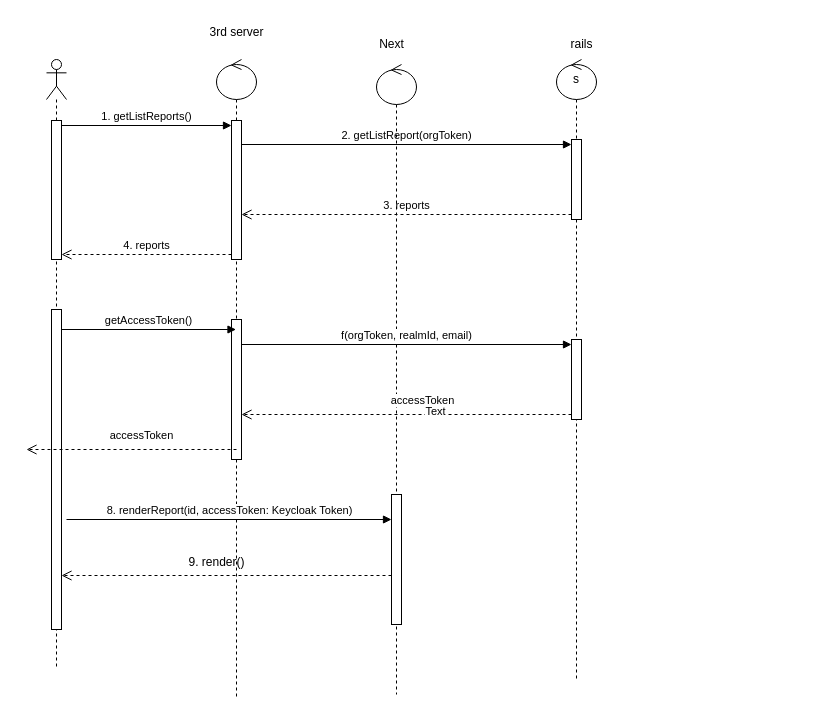
Above: page "Page-5" (5 of 5) of document/document.drawio in khanhprolazay/-NashTech--BookStore (draw.io), before the change. Source tidied: cells renumbered, new cells numbered last; positions are measured from the earlier drawing's top-left corner, leaving out a move shared by most shapes. Both pictures are drawn from the tidied source at 100%, with x=0, y=0 at pixel (26, 17).
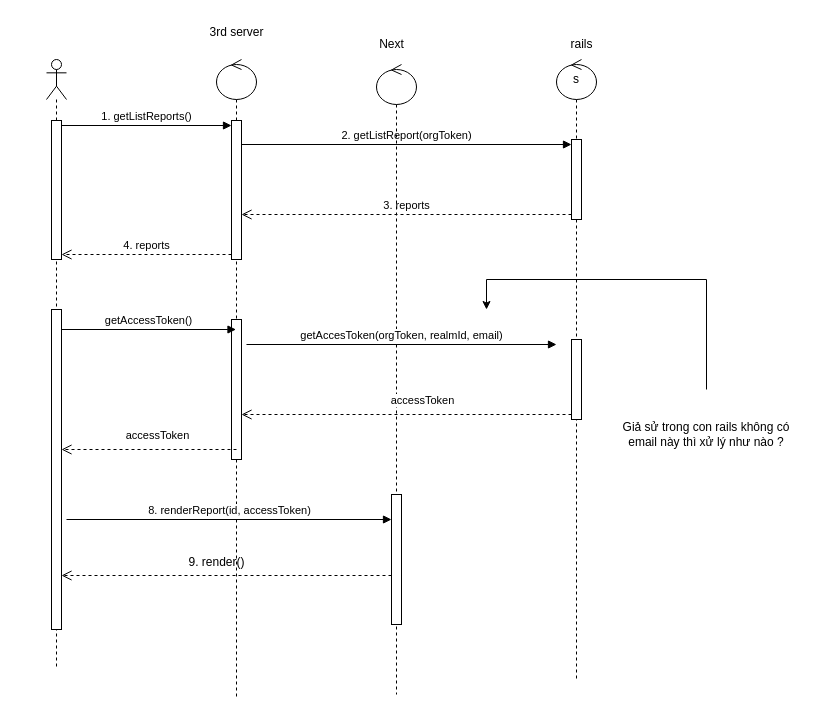
Above is the later version.

The change refers to these unchanged cells:
```xml
<mxCell id="4" style="html=1;points=[[0,0,0,0,5],[0,1,0,0,-5],[1,0,0,0,5],[1,1,0,0,-5]];perimeter=orthogonalPerimeter;outlineConnect=0;targetShapes=umlLifeline;portConstraint=eastwest;newEdgeStyle={&quot;curved&quot;:0,&quot;rounded&quot;:0};" parent="2" vertex="1">
  <mxGeometry x="5" y="250" width="10" height="320" as="geometry" />
</mxCell>
<mxCell id="7" style="html=1;points=[[0,0,0,0,5],[0,1,0,0,-5],[1,0,0,0,5],[1,1,0,0,-5]];perimeter=orthogonalPerimeter;outlineConnect=0;targetShapes=umlLifeline;portConstraint=eastwest;newEdgeStyle={&quot;curved&quot;:0,&quot;rounded&quot;:0};" parent="5" vertex="1">
  <mxGeometry x="15" y="260" width="10" height="140" as="geometry" />
</mxCell>
<mxCell id="16" style="html=1;points=[[0,0,0,0,5],[0,1,0,0,-5],[1,0,0,0,5],[1,1,0,0,-5]];perimeter=orthogonalPerimeter;outlineConnect=0;targetShapes=umlLifeline;portConstraint=eastwest;newEdgeStyle={&quot;curved&quot;:0,&quot;rounded&quot;:0};" parent="15" vertex="1">
  <mxGeometry x="15" y="430" width="10" height="130" as="geometry" />
</mxCell>
<mxCell id="20" value="accessToken" style="html=1;verticalAlign=bottom;endArrow=open;dashed=1;endSize=8;curved=0;rounded=0;exitX=0;exitY=1;exitDx=0;exitDy=-5;" parent="1" edge="1" source="27" target="7">
  <mxGeometry x="-0.1" y="-5" relative="1" as="geometry" />
</mxCell>
<mxCell id="27" style="html=1;points=[[0,0,0,0,5],[0,1,0,0,-5],[1,0,0,0,5],[1,1,0,0,-5]];perimeter=orthogonalPerimeter;outlineConnect=0;targetShapes=umlLifeline;portConstraint=eastwest;newEdgeStyle={&quot;curved&quot;:0,&quot;rounded&quot;:0};" parent="25" vertex="1">
  <mxGeometry x="15" y="280" width="10" height="80" as="geometry" />
</mxCell>
```

What changed in the source:
```diff
@@
-    <mxCell id="13" value="8. renderReport(id, accessToken: Keycloak Token)" style="html=1;verticalAlign=bottom;endArrow=block;curved=0;rounded=0;" parent="1" edge="1" target="16">
+    <mxCell id="13" value="8. renderReport(id, accessToken)" style="html=1;verticalAlign=bottom;endArrow=block;curved=0;rounded=0;" parent="1" edge="1" target="16">
       <mxGeometry relative="1" as="geometry">
         <mxPoint x="40" y="502" as="sourcePoint" />
       </mxGeometry>
     </mxCell>
@@
-    <mxCell id="19" value="f(orgToken, realmId, email)" style="html=1;verticalAlign=bottom;endArrow=block;curved=0;rounded=0;entryX=0;entryY=0;entryDx=0;entryDy=5;" parent="1" edge="1" source="7" target="27">
-      <mxGeometry relative="1" as="geometry" />
+    <mxCell id="19" value="getAccesToken(orgToken, realmId, email)" style="html=1;verticalAlign=bottom;endArrow=block;curved=0;rounded=0;" parent="1" edge="1">
+      <mxGeometry relative="1" as="geometry">
+        <mxPoint x="220" y="327" as="sourcePoint" />
+        <mxPoint x="530" y="327" as="targetPoint" />
+      </mxGeometry>
     </mxCell>
@@
-    <mxCell id="21" value="Text" style="edgeLabel;html=1;align=center;verticalAlign=middle;" parent="20" vertex="1">
-      <mxGeometry x="-0.17" y="-4" relative="1" as="geometry" />
-    </mxCell>
@@
-    <mxCell id="23" value="accessToken" style="html=1;verticalAlign=bottom;endArrow=open;dashed=1;endSize=8;curved=0;rounded=0;exitX=0;exitY=1;exitDx=0;exitDy=-5;" parent="1" edge="1">
+    <mxCell id="23" value="accessToken" style="html=1;verticalAlign=bottom;endArrow=open;dashed=1;endSize=8;curved=0;rounded=0;exitX=0;exitY=1;exitDx=0;exitDy=-5;" parent="1" edge="1" target="4">
       <mxGeometry x="-0.1" y="-5" relative="1" as="geometry">
         <mxPoint x="210" y="432" as="sourcePoint" />
-        <mxPoint y="432" as="targetPoint" />
       </mxGeometry>
     </mxCell>
@@
+    <mxCell id="29" style="endArrow=classic;html=1;rounded=0;" parent="1" edge="1">
+      <mxGeometry relative="1" as="geometry">
+        <mxPoint x="680" y="372" as="sourcePoint" />
+        <mxPoint x="460" y="292" as="targetPoint" />
+        <Array as="points">
+          <mxPoint x="680" y="262" />
+          <mxPoint x="460" y="262" />
+        </Array>
+      </mxGeometry>
+    </mxCell>
+    <mxCell id="30" value="Giả sử trong con rails không có email này thì xử lý như nào ?" style="text;html=1;align=center;verticalAlign=middle;whiteSpace=wrap;rounded=0;" parent="1" vertex="1">
+      <mxGeometry x="580" y="402" width="200" height="30" as="geometry" />
+    </mxCell>
```
